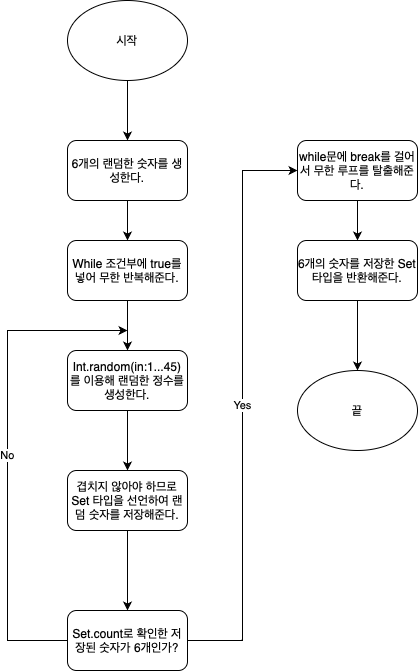
The draw.io diagram Week2 Step1 랜덤숫자 순서도.drawio.png in yagom-academy/swift-starter-Round2, before a commit. Source tidied: cells renumbered, new cells last; positions are measured from the earlier drawing's top-left corner, leaving out a move shared by most shapes.
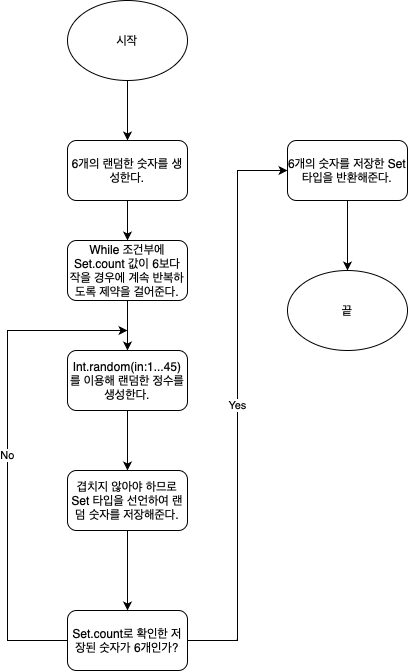
The same diagram one commit later.

Commit message:
Week2 Step1 피드백 반영2

Change to the diagram source:
```diff
@@ -29,10 +29,10 @@
     <mxCell id="10" style="edgeStyle=orthogonalEdgeStyle;rounded=0;jettySize=auto;html=1;" parent="1" edge="1" source="11" target="5">
       <mxGeometry relative="1" as="geometry" />
     </mxCell>
-    <mxCell id="11" value="While 조건부에 true를 넣어 무한 반복해준다." style="rounded=1;whiteSpace=wrap;html=1;" parent="1" vertex="1">
+    <mxCell id="11" value="While 조건부에 Set.count 값이 6보다 작을 경우에 계속 반복하도록 제약을 걸어준다." style="rounded=1;whiteSpace=wrap;html=1;" parent="1" vertex="1">
       <mxGeometry x="60" y="240" width="120" height="60" as="geometry" />
     </mxCell>
-    <mxCell id="12" value="Yes" style="edgeStyle=orthogonalEdgeStyle;rounded=0;jettySize=auto;html=1;entryX=0;entryY=0.5;entryDx=0;entryDy=0;" parent="1" edge="1" source="13" target="19">
+    <mxCell id="12" value="Yes" style="edgeStyle=orthogonalEdgeStyle;rounded=0;jettySize=auto;html=1;entryX=0;entryY=0.5;entryDx=0;entryDy=0;" parent="1" edge="1" source="13" target="15">
       <mxGeometry relative="1" as="geometry" />
     </mxCell>
     <mxCell id="13" value="Set.count로 확인한 저장된 숫자가 6개인가?" style="rounded=1;whiteSpace=wrap;html=1;" parent="1" vertex="1">
@@ -40,11 +40,11 @@
     </mxCell>
     <mxCell id="14" style="edgeStyle=orthogonalEdgeStyle;rounded=0;jettySize=auto;html=1;" parent="1" edge="1" source="15">
       <mxGeometry relative="1" as="geometry">
-        <mxPoint x="350" y="370" as="targetPoint" />
+        <mxPoint x="340" y="270" as="targetPoint" />
       </mxGeometry>
     </mxCell>
     <mxCell id="15" value="6개의 숫자를 저장한 Set 타입을 반환해준다." style="rounded=1;whiteSpace=wrap;html=1;" parent="1" vertex="1">
-      <mxGeometry x="290" y="240" width="120" height="60" as="geometry" />
+      <mxGeometry x="280" y="140" width="120" height="60" as="geometry" />
     </mxCell>
     <mxCell id="16" value="No" style="edgeStyle=orthogonalEdgeStyle;rounded=0;jettySize=auto;html=1;exitX=0;exitY=0.5;exitDx=0;exitDy=0;" parent="1" edge="1" source="13">
       <mxGeometry relative="1" as="geometry">
@@ -56,13 +56,7 @@
       </mxGeometry>
     </mxCell>
     <mxCell id="17" value="끝" style="ellipse;whiteSpace=wrap;html=1;" parent="1" vertex="1">
-      <mxGeometry x="290" y="370" width="120" height="80" as="geometry" />
+      <mxGeometry x="280" y="270" width="120" height="80" as="geometry" />
     </mxCell>
-    <mxCell id="18" style="edgeStyle=orthogonalEdgeStyle;rounded=0;jettySize=auto;html=1;entryX=0.5;entryY=0;entryDx=0;entryDy=0;" parent="1" edge="1" source="19" target="15">
-      <mxGeometry relative="1" as="geometry" />
-    </mxCell>
-    <mxCell id="19" value="while문에 break를 걸어서 무한 루프를 탈출해준다." style="rounded=1;whiteSpace=wrap;html=1;" parent="1" vertex="1">
-      <mxGeometry x="290" y="140" width="120" height="60" as="geometry" />
-    </mxCell>
   </root>
 </mxGraphModel>
```
